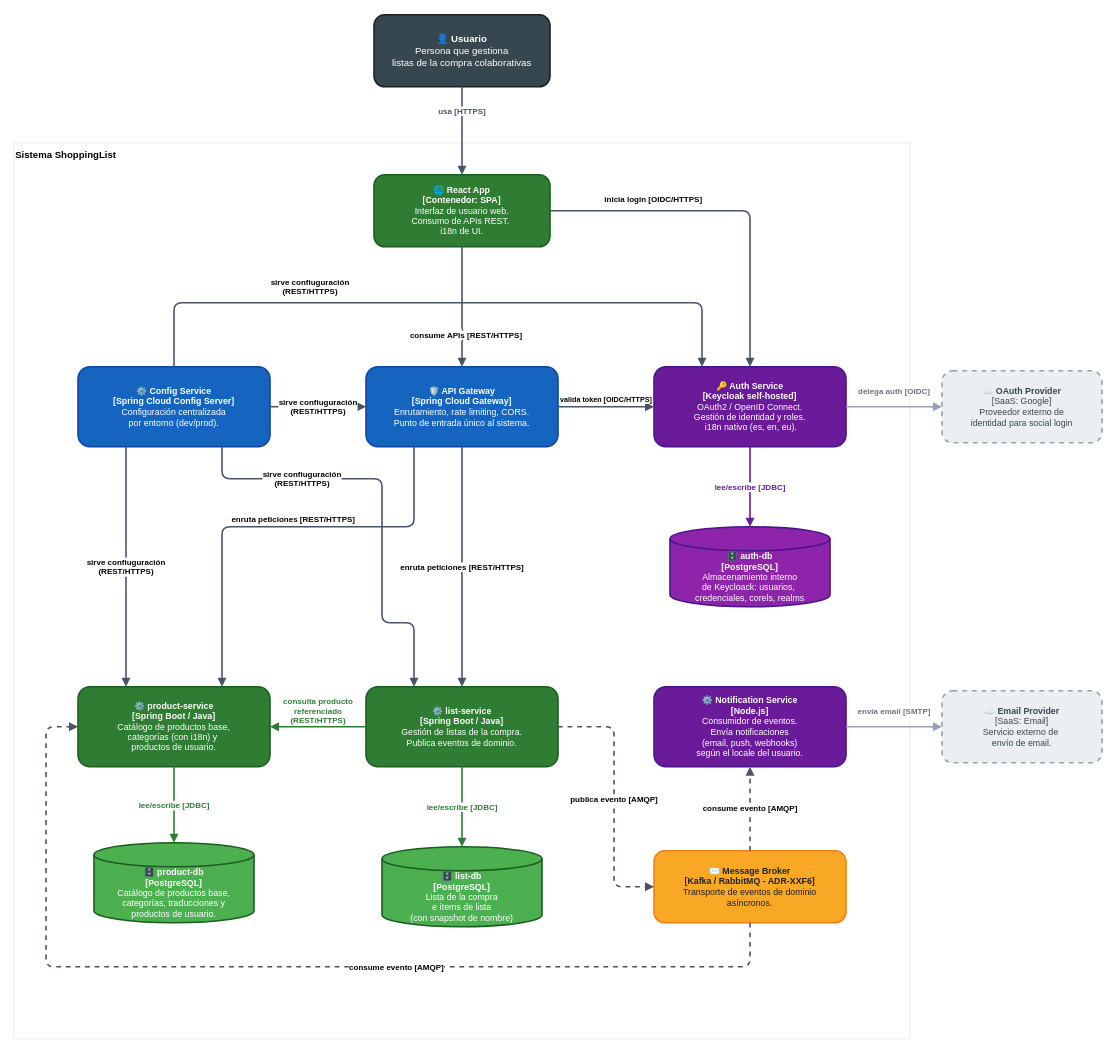
ivborrezo/shopping-list keeps this draw.io diagram as docs/architecture/img/c4-level2-containers.drawio.xml. Above is the earlier version. Source tidied: cells renumbered, new cells numbered last; positions are measured from the earlier drawing's top-left corner, leaving out a move shared by most shapes. Both pictures are drawn from the tidied source at 80%, with x=0, y=0 at pixel (14, 14).
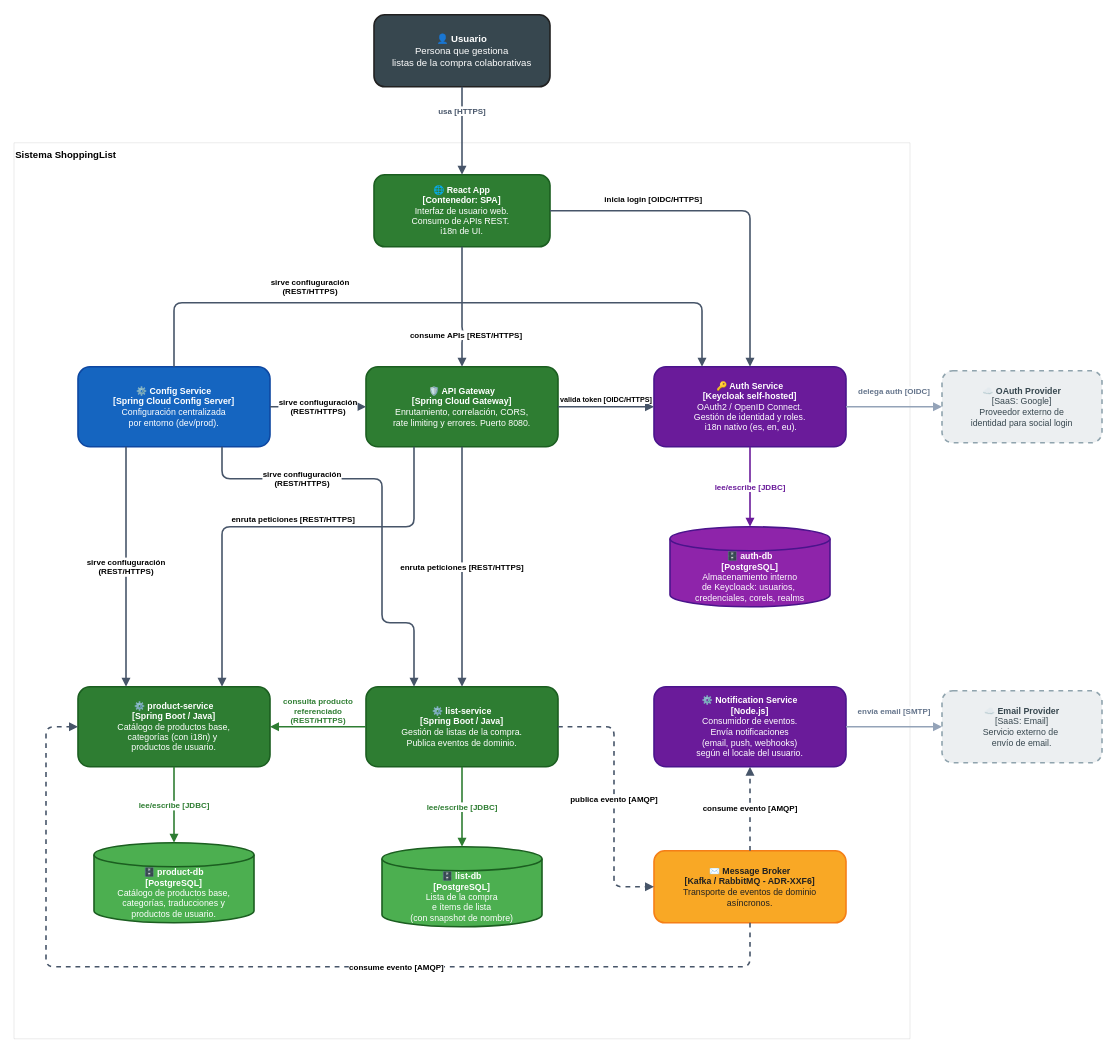
The same diagram, later.

Commit message (it also covers changes not shown here):
docs(architecture): marcar el gateway como implementado en el C4

Diff of the diagram source:
```diff
@@
-    <mxCell id="6" value="&lt;b&gt;🛡️ API Gateway&lt;/b&gt;&lt;br&gt;&lt;b&gt;[Spring Cloud Gateway]&lt;/b&gt;&lt;br&gt;&lt;div&gt;Enrutamiento, rate limiting, CORS.&lt;/div&gt;Punto de entrada único al sistema." style="rounded=1;whiteSpace=wrap;html=1;fillColor=#1565C0;strokeColor=#0D47A1;strokeWidth=2;fontColor=#FFFFFF;fontSize=11;align=center;" parent="1" vertex="1">
+    <mxCell id="6" value="&lt;b&gt;🛡️ API Gateway&lt;/b&gt;&lt;br&gt;&lt;b&gt;[Spring Cloud Gateway]&lt;/b&gt;&lt;br&gt;Enrutamiento, correlación, CORS,&lt;br&gt;rate limiting y errores. Puerto 8080." style="rounded=1;whiteSpace=wrap;html=1;fillColor=#2E7D32;strokeColor=#1B5E20;strokeWidth=2;fontColor=#FFFFFF;fontSize=11;align=center;" parent="1" vertex="1">
       <mxGeometry x="440" y="440" width="240" height="100" as="geometry" />
     </mxCell>
```
